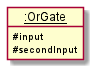
sevenseasofbri/tp keeps this PlantUML diagram as docs/diagrams/OrGateObjectDiagram.png. Above is the earlier version.
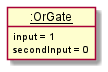
The same diagram one commit later.

What changed in the source:
```diff
@@ -2,7 +2,7 @@
 !include style.puml
 
 object "__:OrGate__" as Or {
-    # input
-    # secondInput
+    input = 1
+    secondInput = 0
 }
 @enduml
```
